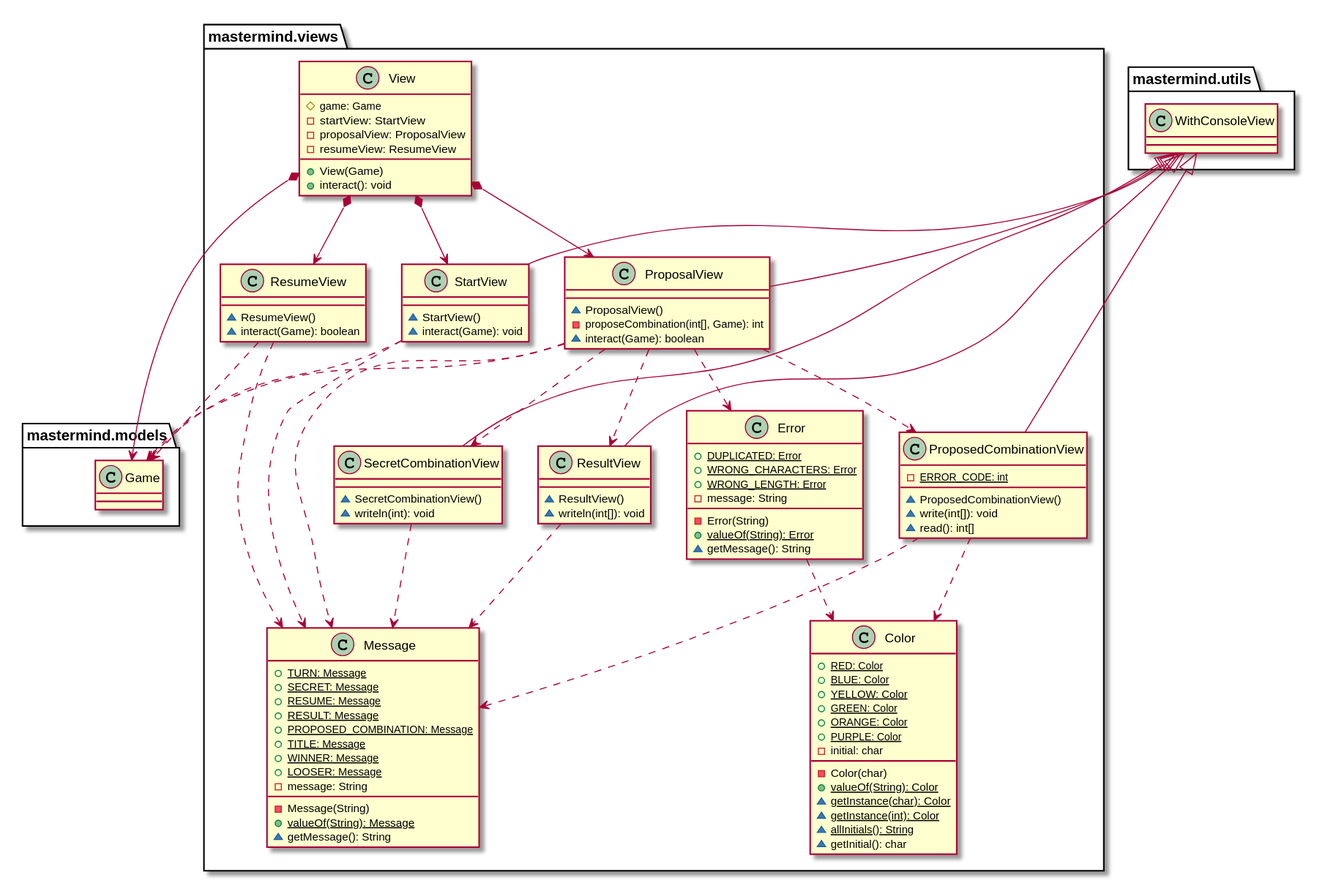
EscuelaIt/USantaTecla-game-mastermind-java keeps this PlantUML diagram as docs/images/mastermindViews.svg. Above is the earlier version.
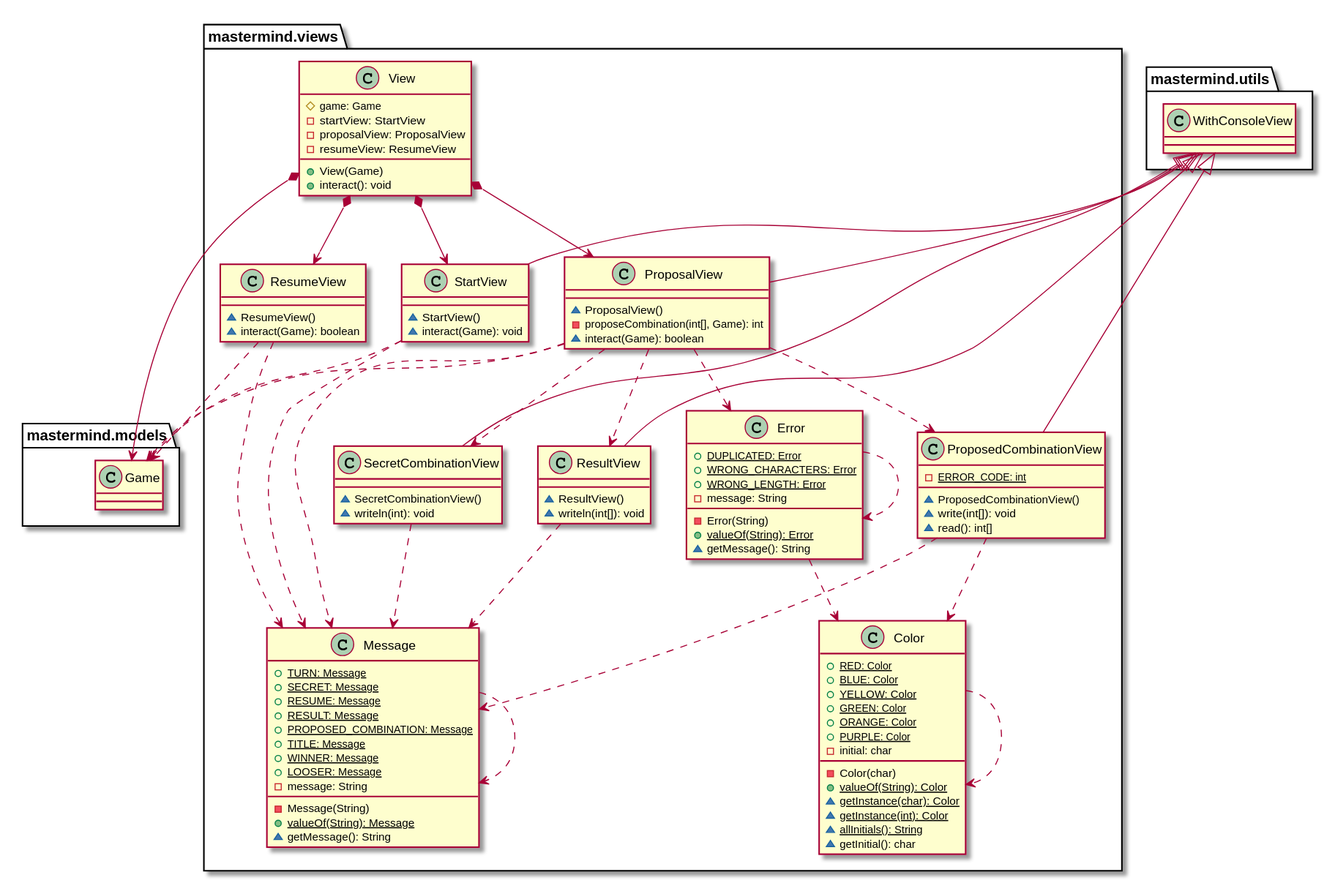
After the change.

Diff of the diagram source:
```diff
@@ -16,6 +16,7 @@
 ~ {static} allInitials(): String
 ~ getInitial(): char
 }
+mastermind.views.Color ..> mastermind.views.Color
 
 class  mastermind.views.Error{
 + {static} DUPLICATED: Error
@@ -26,6 +27,7 @@
 + {static} valueOf(String): Error
 ~ getMessage(): String
 }
+mastermind.views.Error ..> mastermind.views.Error
 mastermind.views.Error ..> mastermind.views.Color
 
 class  mastermind.views.Message{
@@ -42,6 +44,7 @@
 + {static} valueOf(String): Message
 ~ getMessage(): String
 }
+mastermind.views.Message ..> mastermind.views.Message
 
 class  mastermind.views.ProposalView{
 ~ ProposalView()
```
